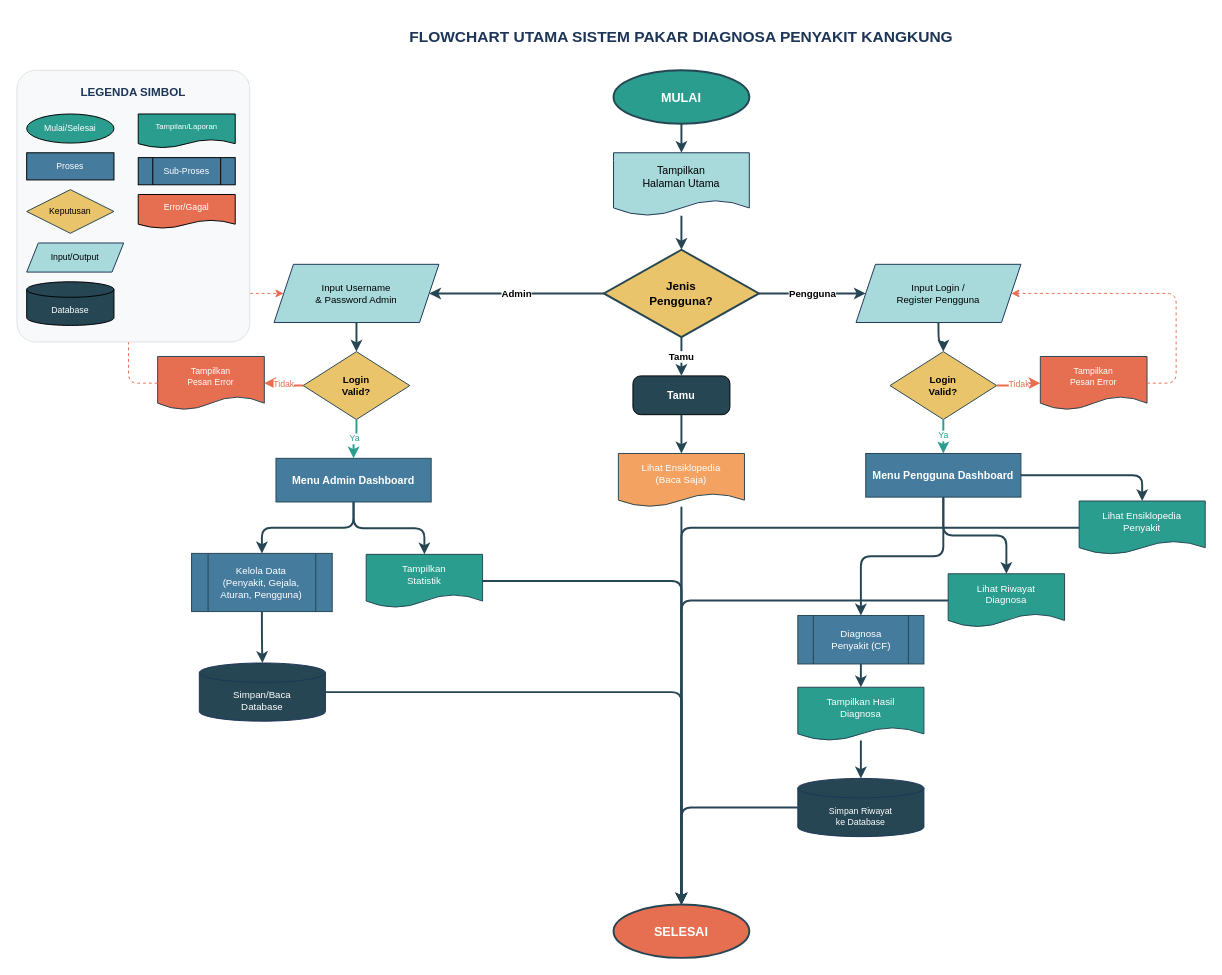
Before: diagram/flowchart/01-flowchart-utama.drawio in RajaSunrise/kangkungku, a draw.io diagram. Source tidied: cells renumbered, new cells numbered last; positions are measured from the earlier drawing's top-left corner, leaving out a move shared by most shapes. Both pictures are drawn from the tidied source at 97%, with x=0, y=0 at pixel (16, 16).
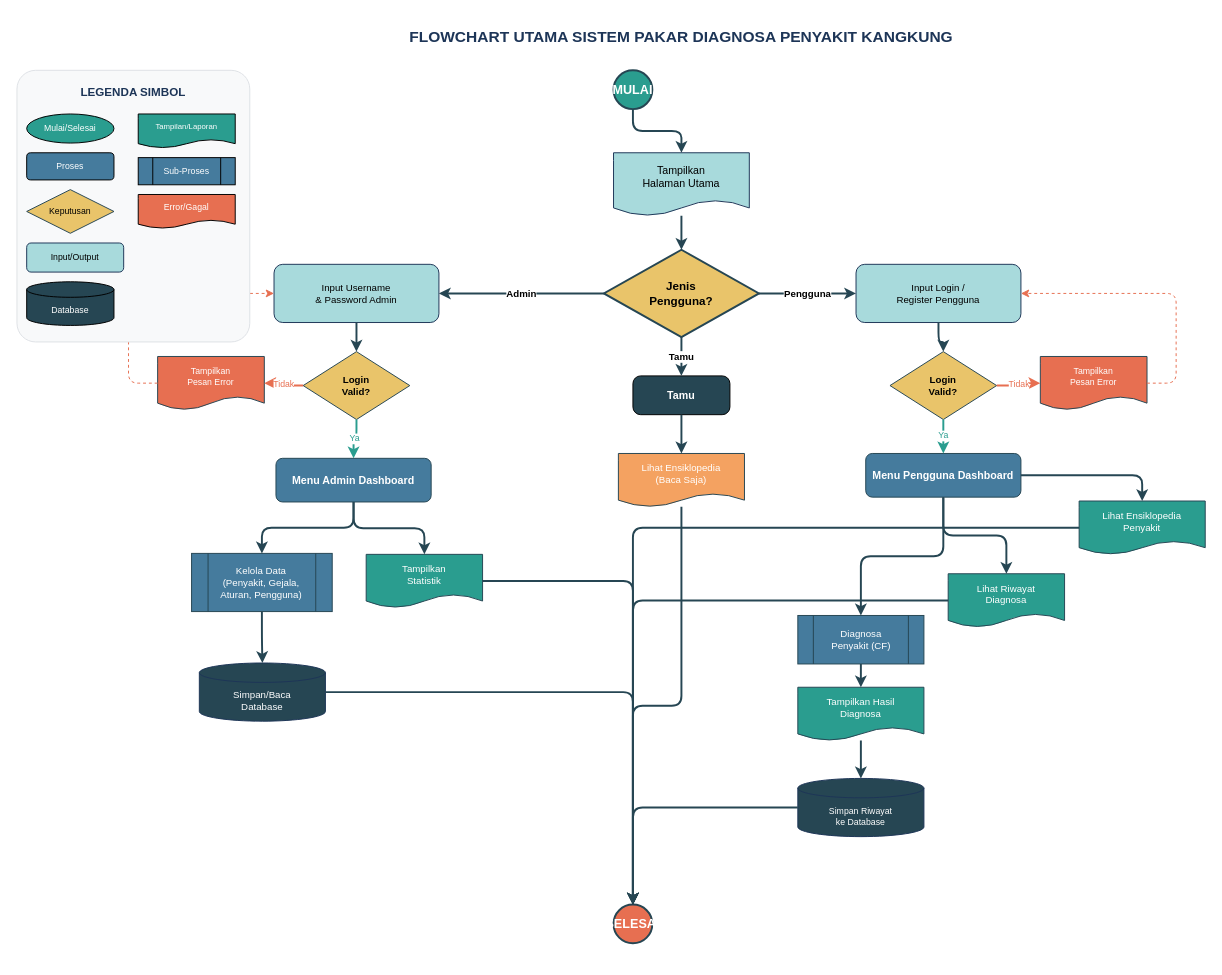
Above is the later version.

Diff of the diagram source:
```diff
@@
-    <mxCell id="2" value="FLOWCHART UTAMA SISTEM PAKAR DIAGNOSA PENYAKIT KANGKUNG" style="text;html=1;strokeColor=none;fillColor=none;align=center;verticalAlign=middle;whiteSpace=wrap;rounded=0;fontSize=16;fontStyle=1;fontColor=#1D3557;" parent="1" vertex="1">
+    <mxCell id="2" value="FLOWCHART UTAMA SISTEM PAKAR DIAGNOSA PENYAKIT KANGKUNG" style="text;html=1;strokeColor=none;fillColor=none;align=center;verticalAlign=middle;whiteSpace=wrap;rounded=1;fontSize=16;fontStyle=1;fontColor=#1D3557;" parent="1" vertex="1">
       <mxGeometry x="335" width="700" height="40" as="geometry" />
     </mxCell>
     <mxCell id="3" value="MULAI" style="ellipse;whiteSpace=wrap;html=1;fillColor=#2A9D8F;fontColor=#FFFFFF;fontStyle=1;fontSize=13;strokeColor=#264653;strokeWidth=2;" parent="1" vertex="1">
-      <mxGeometry x="615" y="55" width="140" height="55" as="geometry" />
+      <mxGeometry x="615" y="55" width="40" height="40" as="geometry" />
     </mxCell>
@@
-    <mxCell id="6" value="Input Username&#10;&amp; Password Admin" style="shape=parallelogram;perimeter=parallelogramPerimeter;whiteSpace=wrap;html=1;fixedSize=1;fillColor=#A8DADC;fontSize=10;strokeColor=#1D3557;strokeWidth=1;size=20;" parent="1" vertex="1">
+    <mxCell id="6" value="Input Username&#10;&amp; Password Admin" style="rounded=1;whiteSpace=wrap;html=1;fixedSize=1;fillColor=#A8DADC;fontSize=10;strokeColor=#1D3557;strokeWidth=1;size=20;" parent="1" vertex="1">
       <mxGeometry x="265" y="255" width="170" height="60" as="geometry" />
     </mxCell>
@@
-    <mxCell id="9" value="Menu Admin Dashboard" style="rounded=0;whiteSpace=wrap;html=1;fillColor=#457B9D;fontColor=#FFFFFF;fontSize=11;fontStyle=1;strokeColor=#264653;strokeWidth=1;" parent="1" vertex="1">
+    <mxCell id="9" value="Menu Admin Dashboard" style="rounded=1;whiteSpace=wrap;html=1;fillColor=#457B9D;fontColor=#FFFFFF;fontSize=11;fontStyle=1;strokeColor=#264653;strokeWidth=1;" parent="1" vertex="1">
       <mxGeometry x="267" y="455" width="160" height="45" as="geometry" />
     </mxCell>
@@
-    <mxCell id="13" value="Input Login /&#10;Register Pengguna" style="shape=parallelogram;perimeter=parallelogramPerimeter;whiteSpace=wrap;html=1;fixedSize=1;fillColor=#A8DADC;fontSize=10;strokeColor=#1D3557;strokeWidth=1;size=20;" parent="1" vertex="1">
+    <mxCell id="13" value="Input Login /&#10;Register Pengguna" style="rounded=1;whiteSpace=wrap;html=1;fixedSize=1;fillColor=#A8DADC;fontSize=10;strokeColor=#1D3557;strokeWidth=1;size=20;" parent="1" vertex="1">
       <mxGeometry x="865" y="255" width="170" height="60" as="geometry" />
     </mxCell>
@@
-    <mxCell id="16" value="Menu Pengguna Dashboard" style="rounded=0;whiteSpace=wrap;html=1;fillColor=#457B9D;fontColor=#FFFFFF;fontSize=11;fontStyle=1;strokeColor=#264653;strokeWidth=1;" parent="1" vertex="1">
+    <mxCell id="16" value="Menu Pengguna Dashboard" style="rounded=1;whiteSpace=wrap;html=1;fillColor=#457B9D;fontColor=#FFFFFF;fontSize=11;fontStyle=1;strokeColor=#264653;strokeWidth=1;" parent="1" vertex="1">
       <mxGeometry x="875" y="450" width="160" height="45" as="geometry" />
     </mxCell>
@@
     <mxCell id="24" value="SELESAI" style="ellipse;whiteSpace=wrap;html=1;fillColor=#E76F51;fontColor=#FFFFFF;fontStyle=1;fontSize=13;strokeColor=#264653;strokeWidth=2;" parent="1" vertex="1">
-      <mxGeometry x="615" y="915" width="140" height="55" as="geometry" />
+      <mxGeometry x="615" y="915" width="40" height="40" as="geometry" />
     </mxCell>
@@
-    <mxCell id="54" value="LEGENDA SIMBOL" style="text;html=1;strokeColor=none;fillColor=none;align=center;verticalAlign=middle;whiteSpace=wrap;rounded=0;fontSize=12;fontStyle=1;fontColor=#1D3557;" parent="1" vertex="1">
+    <mxCell id="54" value="LEGENDA SIMBOL" style="text;html=1;strokeColor=none;fillColor=none;align=center;verticalAlign=middle;whiteSpace=wrap;rounded=1;fontSize=12;fontStyle=1;fontColor=#1D3557;" parent="1" vertex="1">
       <mxGeometry x="50" y="65" width="140" height="25" as="geometry" />
     </mxCell>
@@
-    <mxCell id="56" value="Proses" style="rounded=0;whiteSpace=wrap;html=1;fillColor=#457B9D;fontColor=#FFFFFF;fontSize=9;" parent="1" vertex="1">
+    <mxCell id="56" value="Proses" style="rounded=1;whiteSpace=wrap;html=1;fillColor=#457B9D;fontColor=#FFFFFF;fontSize=9;" parent="1" vertex="1">
       <mxGeometry x="10" y="140" width="90" height="28" as="geometry" />
     </mxCell>
@@
-    <mxCell id="58" value="Input/Output" style="shape=parallelogram;perimeter=parallelogramPerimeter;whiteSpace=wrap;html=1;fixedSize=1;fillColor=#A8DADC;fontSize=9;strokeColor=#1D3557;size=12;" parent="1" vertex="1">
+    <mxCell id="58" value="Input/Output" style="rounded=1;whiteSpace=wrap;html=1;fixedSize=1;fillColor=#A8DADC;fontSize=9;strokeColor=#1D3557;size=12;" parent="1" vertex="1">
       <mxGeometry x="10" y="233" width="100" height="30" as="geometry" />
     </mxCell>
```
